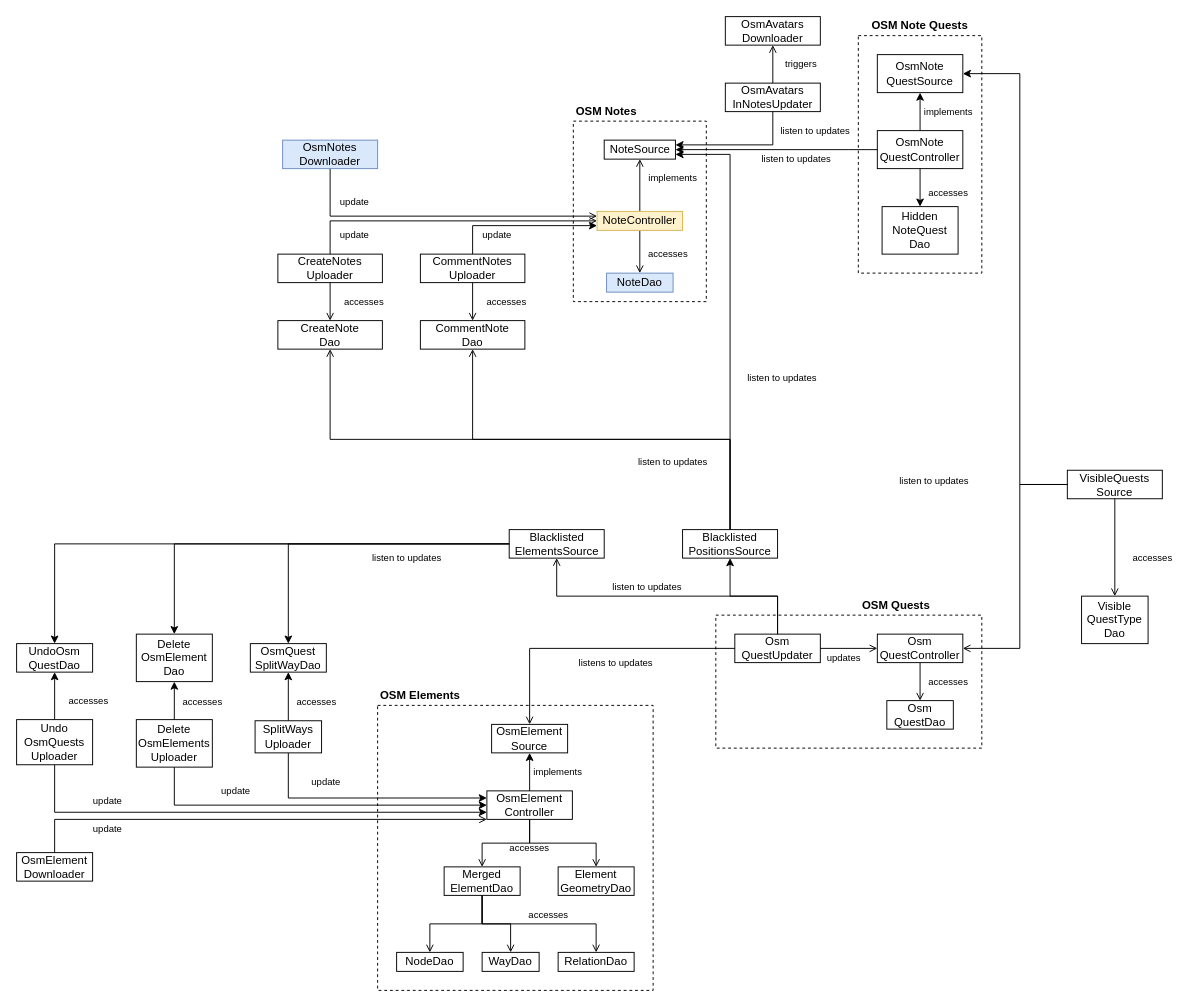
streetcomplete/StreetComplete keeps this draw.io diagram as page "Page-2" (2 of 2) of res/overview_upload.drawio. Above is the earlier version. Source tidied: cells renumbered, new cells numbered last; positions are measured from the earlier drawing's top-left corner, leaving out a move shared by most shapes. Both pictures are drawn from the tidied source at 95%, with x=0, y=0 at pixel (16, 16).
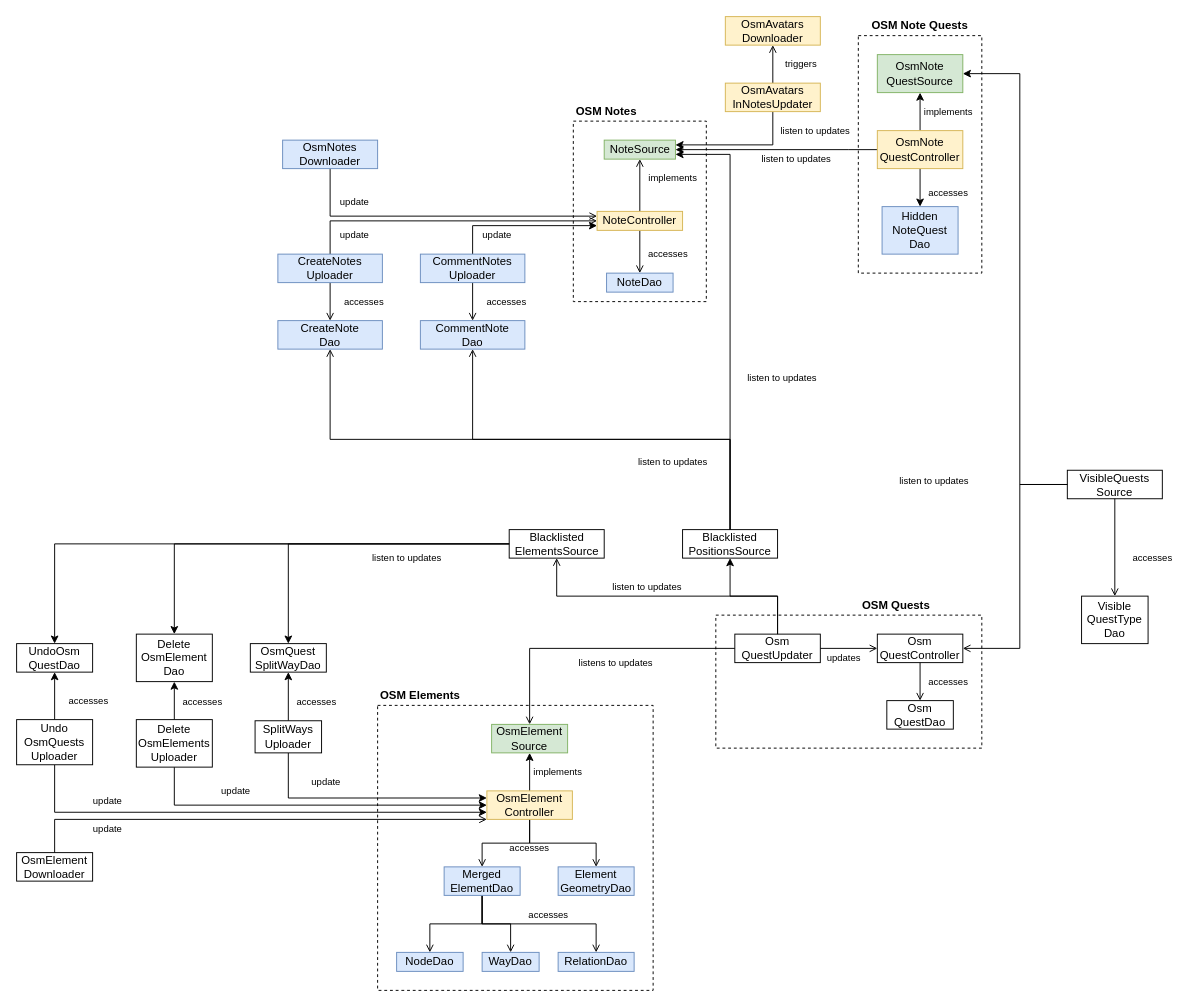
The same diagram, later.

What changed in the source:
```diff
@@
-    <mxCell id="6" value="Element&lt;br&gt;GeometryDao" style="rounded=0;whiteSpace=wrap;html=1;fillColor=none;" parent="1" vertex="1">
+    <mxCell id="6" value="Element&lt;br&gt;GeometryDao" style="rounded=0;whiteSpace=wrap;html=1;fillColor=#dae8fc;strokeColor=#6c8ebf;" parent="1" vertex="1">
       <mxGeometry x="570" y="895" width="80" height="30" as="geometry" />
     </mxCell>
@@
-    <mxCell id="10" value="Merged&lt;br&gt;ElementDao" style="rounded=0;whiteSpace=wrap;html=1;fillColor=none;" parent="1" vertex="1">
+    <mxCell id="10" value="Merged&lt;br&gt;ElementDao" style="rounded=0;whiteSpace=wrap;html=1;fillColor=#dae8fc;strokeColor=#6c8ebf;" parent="1" vertex="1">
       <mxGeometry x="450" y="895" width="80" height="30" as="geometry" />
     </mxCell>
-    <mxCell id="11" value="NodeDao" style="rounded=0;whiteSpace=wrap;html=1;fillColor=none;" parent="1" vertex="1">
+    <mxCell id="11" value="NodeDao" style="rounded=0;whiteSpace=wrap;html=1;fillColor=#dae8fc;strokeColor=#6c8ebf;" parent="1" vertex="1">
       <mxGeometry x="400" y="985" width="70" height="20" as="geometry" />
     </mxCell>
-    <mxCell id="12" value="WayDao" style="rounded=0;whiteSpace=wrap;html=1;fillColor=none;" parent="1" vertex="1">
+    <mxCell id="12" value="WayDao" style="rounded=0;whiteSpace=wrap;html=1;fillColor=#dae8fc;strokeColor=#6c8ebf;" parent="1" vertex="1">
       <mxGeometry x="490" y="985" width="60" height="20" as="geometry" />
     </mxCell>
-    <mxCell id="13" value="RelationDao" style="rounded=0;whiteSpace=wrap;html=1;fillColor=none;" parent="1" vertex="1">
+    <mxCell id="13" value="RelationDao" style="rounded=0;whiteSpace=wrap;html=1;fillColor=#dae8fc;strokeColor=#6c8ebf;" parent="1" vertex="1">
       <mxGeometry x="570" y="985" width="80" height="20" as="geometry" />
     </mxCell>
@@
-    <mxCell id="21" value="OsmNote&lt;br&gt;QuestController" style="rounded=0;whiteSpace=wrap;html=1;fillColor=none;fontStyle=0;" parent="1" vertex="1">
+    <mxCell id="21" value="OsmNote&lt;br&gt;QuestController" style="rounded=0;whiteSpace=wrap;html=1;fillColor=#fff2cc;fontStyle=0;strokeColor=#d6b656;" parent="1" vertex="1">
       <mxGeometry x="906" y="120" width="90" height="40" as="geometry" />
     </mxCell>
@@
-    <mxCell id="28" value="OsmElement&lt;br&gt;Controller" style="rounded=0;whiteSpace=wrap;html=1;fillColor=none;" parent="1" vertex="1">
+    <mxCell id="28" value="OsmElement&lt;br&gt;Controller" style="rounded=0;whiteSpace=wrap;html=1;fillColor=#fff2cc;strokeColor=#d6b656;" parent="1" vertex="1">
       <mxGeometry x="495" y="815" width="90" height="30" as="geometry" />
     </mxCell>
@@
-    <mxCell id="47" value="NoteSource" style="rounded=0;whiteSpace=wrap;html=1;fillColor=none;" parent="1" vertex="1">
+    <mxCell id="47" value="NoteSource" style="rounded=0;whiteSpace=wrap;html=1;fillColor=#d5e8d4;strokeColor=#82b366;" parent="1" vertex="1">
       <mxGeometry x="618.5" y="130" width="75" height="20" as="geometry" />
     </mxCell>
@@
-    <mxCell id="52" value="OsmElement&lt;br&gt;Source" style="rounded=0;whiteSpace=wrap;html=1;fillColor=none;" parent="1" vertex="1">
+    <mxCell id="52" value="OsmElement&lt;br&gt;Source" style="rounded=0;whiteSpace=wrap;html=1;fillColor=#d5e8d4;strokeColor=#82b366;" parent="1" vertex="1">
       <mxGeometry x="500" y="745" width="80" height="30" as="geometry" />
     </mxCell>
@@
-    <mxCell id="59" value="OsmAvatars&lt;br&gt;Downloader" style="rounded=0;whiteSpace=wrap;html=1;fillColor=none;" parent="1" vertex="1">
+    <mxCell id="59" value="OsmAvatars&lt;br&gt;Downloader" style="rounded=0;whiteSpace=wrap;html=1;fillColor=#fff2cc;strokeColor=#d6b656;" parent="1" vertex="1">
       <mxGeometry x="746" width="100" height="30" as="geometry" />
     </mxCell>
@@
-    <mxCell id="62" value="OsmAvatars&lt;br&gt;InNotesUpdater" style="rounded=0;whiteSpace=wrap;html=1;fillColor=none;" parent="1" vertex="1">
+    <mxCell id="62" value="OsmAvatars&lt;br&gt;InNotesUpdater" style="rounded=0;whiteSpace=wrap;html=1;fillColor=#fff2cc;strokeColor=#d6b656;" parent="1" vertex="1">
       <mxGeometry x="746" y="70" width="100" height="30" as="geometry" />
     </mxCell>
@@
-    <mxCell id="67" value="CommentNotes&lt;br&gt;Uploader" style="rounded=0;whiteSpace=wrap;html=1;fillColor=none;" parent="1" vertex="1">
+    <mxCell id="67" value="CommentNotes&lt;br&gt;Uploader" style="rounded=0;whiteSpace=wrap;html=1;fillColor=#dae8fc;strokeColor=#6c8ebf;" parent="1" vertex="1">
       <mxGeometry x="425" y="250" width="110" height="30" as="geometry" />
     </mxCell>
@@
-    <mxCell id="76" value="CommentNote&lt;br&gt;Dao" style="rounded=0;whiteSpace=wrap;html=1;fillColor=none;" parent="1" vertex="1">
+    <mxCell id="76" value="CommentNote&lt;br&gt;Dao" style="rounded=0;whiteSpace=wrap;html=1;fillColor=#dae8fc;strokeColor=#6c8ebf;" parent="1" vertex="1">
       <mxGeometry x="425" y="320" width="110" height="30" as="geometry" />
     </mxCell>
@@
-    <mxCell id="80" value="CreateNotes&lt;br&gt;Uploader" style="rounded=0;whiteSpace=wrap;html=1;fillColor=none;" parent="1" vertex="1">
+    <mxCell id="80" value="CreateNotes&lt;br&gt;Uploader" style="rounded=0;whiteSpace=wrap;html=1;fillColor=#dae8fc;strokeColor=#6c8ebf;" parent="1" vertex="1">
       <mxGeometry x="275" y="250" width="110" height="30" as="geometry" />
     </mxCell>
-    <mxCell id="81" value="CreateNote&lt;br&gt;Dao" style="rounded=0;whiteSpace=wrap;html=1;fillColor=none;" parent="1" vertex="1">
+    <mxCell id="81" value="CreateNote&lt;br&gt;Dao" style="rounded=0;whiteSpace=wrap;html=1;fillColor=#dae8fc;strokeColor=#6c8ebf;" parent="1" vertex="1">
       <mxGeometry x="275" y="320" width="110" height="30" as="geometry" />
     </mxCell>
@@
-    <mxCell id="97" value="Hidden&lt;br&gt;NoteQuest&lt;br&gt;Dao" style="rounded=0;whiteSpace=wrap;html=1;fillColor=none;" parent="1" vertex="1">
+    <mxCell id="97" value="Hidden&lt;br&gt;NoteQuest&lt;br&gt;Dao" style="rounded=0;whiteSpace=wrap;html=1;fillColor=#dae8fc;strokeColor=#6c8ebf;" parent="1" vertex="1">
       <mxGeometry x="911" y="200" width="80" height="50" as="geometry" />
     </mxCell>
@@
-    <mxCell id="105" value="OsmNote&lt;br&gt;QuestSource" style="rounded=0;whiteSpace=wrap;html=1;fillColor=none;fontStyle=0;" parent="1" vertex="1">
+    <mxCell id="105" value="OsmNote&lt;br&gt;QuestSource" style="rounded=0;whiteSpace=wrap;html=1;fillColor=#d5e8d4;fontStyle=0;strokeColor=#82b366;" parent="1" vertex="1">
       <mxGeometry x="906" y="40" width="90" height="40" as="geometry" />
     </mxCell>
```
